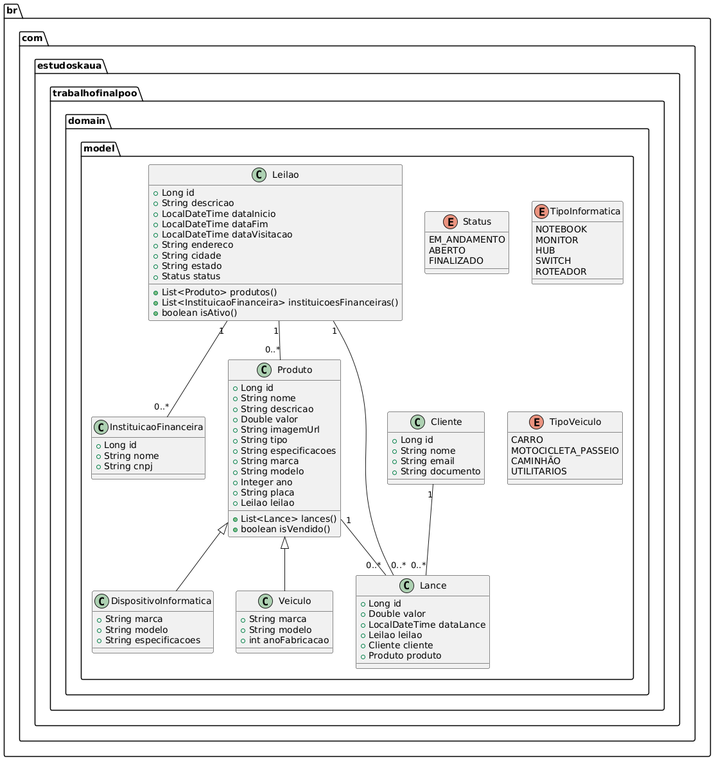
Earlier version of the PlantUML export DiagramaDeClasses.png (Kauarabelo/TrabalhoFinalPOO). Source of this version:
```plantuml
@startuml
package br.com.estudoskaua.trabalhofinalpoo.domain.model {

class Cliente {
  + Long id
  + String nome
  + String email
  + String documento
}

class InstituicaoFinanceira {
  + Long id
  + String nome
  + String cnpj
}

class Leilao {
  + Long id
  + String descricao
  + LocalDateTime dataInicio
  + LocalDateTime dataFim
  + LocalDateTime dataVisitacao
  + String endereco
  + String cidade
  + String estado
  + Status status
  + List<Produto> produtos()
  + List<InstituicaoFinanceira> instituicoesFinanceiras()
  + boolean isAtivo()
}

class Produto {
  + Long id
  + String nome
  + String descricao
  + Double valor
  + String imagemUrl
  + String tipo
  + String especificacoes
  + String marca
  + String modelo
  + Integer ano
  + String placa
  + Leilao leilao
  + List<Lance> lances()
  + boolean isVendido()
}

class DispositivoInformatica {
  + String marca
  + String modelo
  + String especificacoes
}

class Veiculo {
  + String marca
  + String modelo
  + int anoFabricacao
}

class Lance {
  + Long id
  + Double valor
  + LocalDateTime dataLance
  + Leilao leilao
  + Cliente cliente
  + Produto produto
}

enum Status {
  EM_ANDAMENTO
  ABERTO
  FINALIZADO
}

enum TipoInformatica {
  NOTEBOOK
  MONITOR
  HUB
  SWITCH
  ROTEADOR
}

enum TipoVeiculo {
  CARRO
  MOTOCICLETA_PASSEIO
  CAMINHÃO
  UTILITARIOS
}

Cliente "1" -- "0..*" Lance
Leilao "1" -- "0..*" Lance
Produto "1" -- "0..*" Lance
Leilao "1" -- "0..*" Produto
Leilao "1" -- "0..*" InstituicaoFinanceira
Produto <|-- DispositivoInformatica
Produto <|-- Veiculo

}
@enduml
```
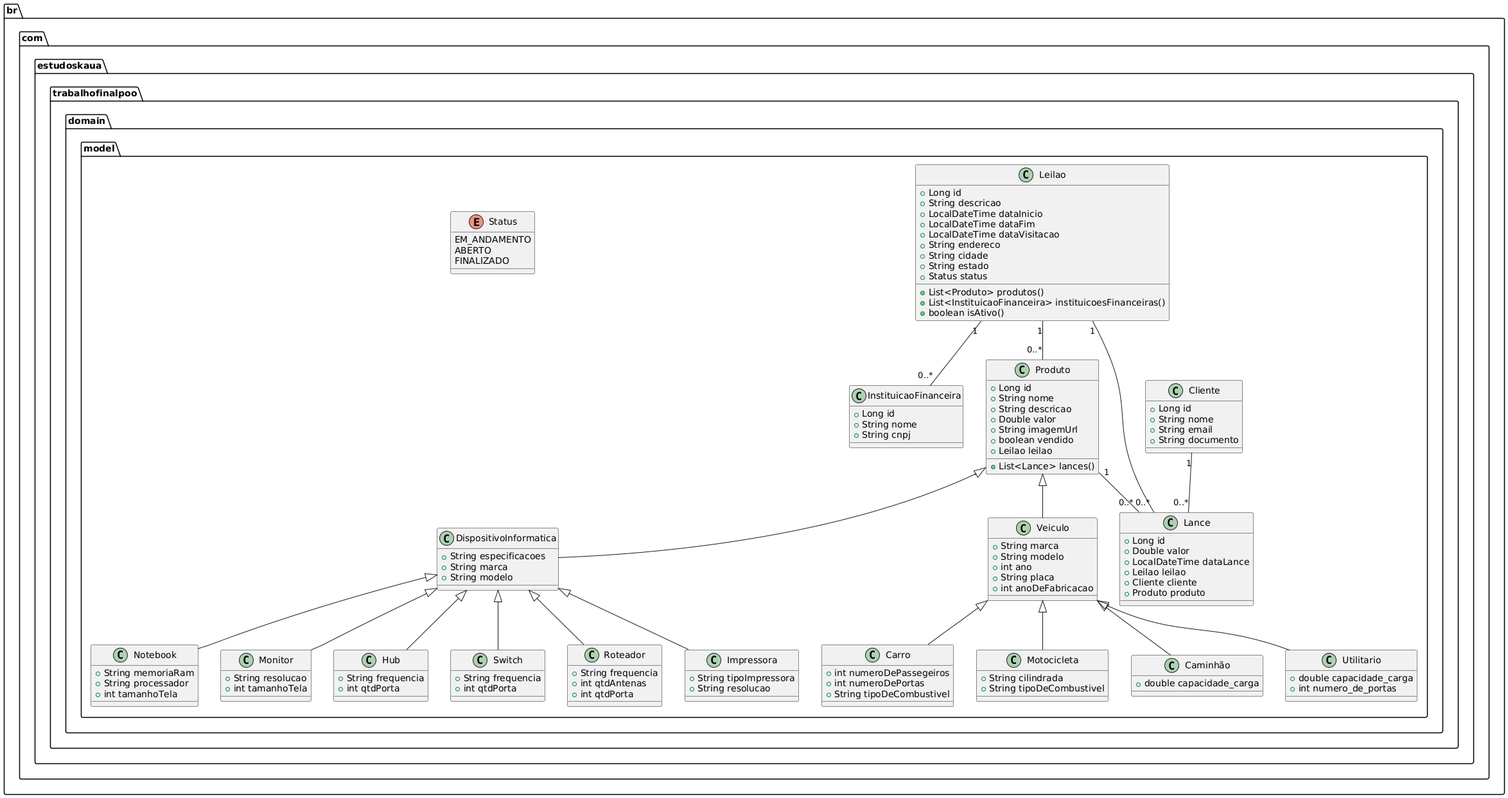
The same diagram one commit later.

What changed in the source:
```diff
@@ -1,100 +1,142 @@
 @startuml
 package br.com.estudoskaua.trabalhofinalpoo.domain.model {
 
-class Cliente {
-  + Long id
-  + String nome
-  + String email
-  + String documento
-}
+  class Cliente {
+    + Long id
+    + String nome
+    + String email
+    + String documento
+  }
 
-class InstituicaoFinanceira {
-  + Long id
-  + String nome
-  + String cnpj
-}
+  class InstituicaoFinanceira {
+    + Long id
+    + String nome
+    + String cnpj
+  }
 
-class Leilao {
-  + Long id
-  + String descricao
-  + LocalDateTime dataInicio
-  + LocalDateTime dataFim
-  + LocalDateTime dataVisitacao
-  + String endereco
-  + String cidade
-  + String estado
-  + Status status
-  + List<Produto> produtos()
-  + List<InstituicaoFinanceira> instituicoesFinanceiras()
-  + boolean isAtivo()
-}
+  class Produto {
+    + Long id
+    + String nome
+    + String descricao
+    + Double valor
+    + String imagemUrl
+    + boolean vendido
+    + Leilao leilao
+    + List<Lance> lances()
+  }
 
-class Produto {
-  + Long id
-  + String nome
-  + String descricao
-  + Double valor
-  + String imagemUrl
-  + String tipo
-  + String especificacoes
-  + String marca
-  + String modelo
-  + Integer ano
-  + String placa
-  + Leilao leilao
-  + List<Lance> lances()
-  + boolean isVendido()
-}
+  class Leilao {
+    + Long id
+    + String descricao
+    + LocalDateTime dataInicio
+    + LocalDateTime dataFim
+    + LocalDateTime dataVisitacao
+    + String endereco
+    + String cidade
+    + String estado
+    + Status status
+    + List<Produto> produtos()
+    + List<InstituicaoFinanceira> instituicoesFinanceiras()
+    + boolean isAtivo()
+  }
 
-class DispositivoInformatica {
-  + String marca
-  + String modelo
-  + String especificacoes
-}
+  class DispositivoInformatica {
+    + String especificacoes
+    + String marca
+    + String modelo
+  }
 
-class Veiculo {
-  + String marca
-  + String modelo
-  + int anoFabricacao
-}
+  class Notebook {
+    + String memoriaRam
+    + String processador
+    + int tamanhoTela
+  }
 
-class Lance {
-  + Long id
-  + Double valor
-  + LocalDateTime dataLance
-  + Leilao leilao
-  + Cliente cliente
-  + Produto produto
-}
+  class Monitor {
+    + String resolucao
+    + int tamanhoTela
+  }
 
-enum Status {
-  EM_ANDAMENTO
-  ABERTO
-  FINALIZADO
-}
+  class Hub {
+    + String frequencia
+    + int qtdPorta
+  }
 
-enum TipoInformatica {
-  NOTEBOOK
-  MONITOR
-  HUB
-  SWITCH
-  ROTEADOR
-}
+  class Switch {
+    + String frequencia
+    + int qtdPorta
+  }
 
-enum TipoVeiculo {
-  CARRO
-  MOTOCICLETA_PASSEIO
-  CAMINHÃO
-  UTILITARIOS
-}
+  class Roteador {
+    + String frequencia
+    + int qtdAntenas
+    + int qtdPorta
+  }
 
-Cliente "1" -- "0..*" Lance
-Leilao "1" -- "0..*" Lance
-Produto "1" -- "0..*" Lance
-Leilao "1" -- "0..*" Produto
-Leilao "1" -- "0..*" InstituicaoFinanceira
-Produto <|-- DispositivoInformatica
-Produto <|-- Veiculo
+  class Impressora {
+    + String tipoImpressora
+    + String resolucao
+  }
 
+  class Veiculo {
+    + String marca
+    + String modelo
+    + int ano
+    + String placa
+    + int anoDeFabricacao
+  }
+
+  class Carro {
+    + int numeroDePassegeiros
+    + int numeroDePortas
+    + String tipoDeCombustivel
+  }
+
+  class Motocicleta {
+    + String cilindrada
+    + String tipoDeCombustivel
+  }
+
+  class Caminhão {
+    + double capacidade_carga
+  }
+
+  class Utilitario {
+    + double capacidade_carga
+    + int numero_de_portas
+  }
+
+  class Lance {
+    + Long id
+    + Double valor
+    + LocalDateTime dataLance
+    + Leilao leilao
+    + Cliente cliente
+    + Produto produto
+  }
+
+  enum Status {
+    EM_ANDAMENTO
+    ABERTO
+    FINALIZADO
+  }
+
+  Cliente "1" -- "0..*" Lance
+  Leilao "1" -- "0..*" Lance
+  Produto "1" -- "0..*" Lance
+  Leilao "1" -- "0..*" Produto
+  Leilao "1" -- "0..*" InstituicaoFinanceira
+  Produto <|-- DispositivoInformatica
+  Produto <|-- Veiculo
+  DispositivoInformatica <|-- Notebook
+  DispositivoInformatica <|-- Monitor
+  DispositivoInformatica <|-- Hub
+  DispositivoInformatica <|-- Switch
+  DispositivoInformatica <|-- Roteador
+  DispositivoInformatica <|-- Impressora
+  Veiculo <|-- Carro
+  Veiculo <|-- Motocicleta
+  Veiculo <|-- Caminhão
+  Veiculo <|-- Utilitario
 }
 @enduml
```
